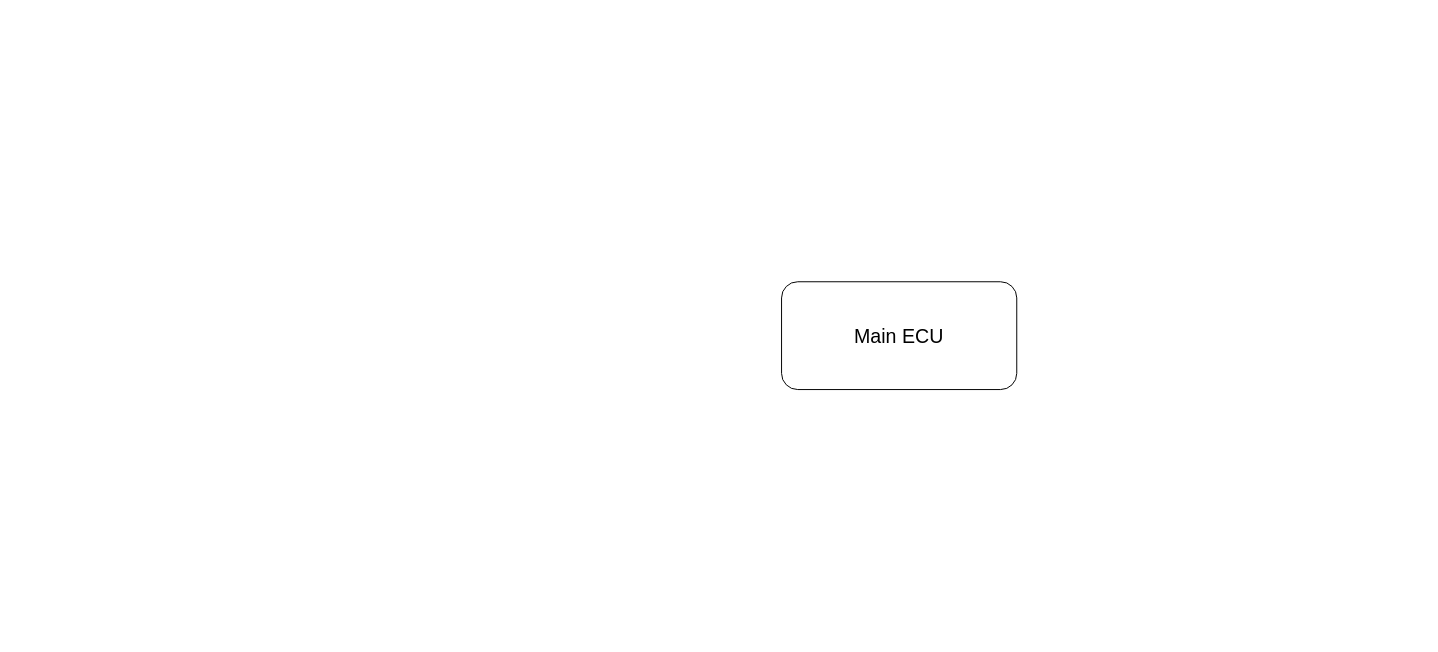
Before: DeviceNetworkFinal.drawio in lukas0173/Draw.io, a draw.io diagram. Source tidied: cells renumbered, new cells numbered last; positions are measured from the earlier drawing's top-left corner, leaving out a move shared by most shapes. Both pictures are drawn from the tidied source at 98%, with x=0, y=0 at pixel (781, 281).
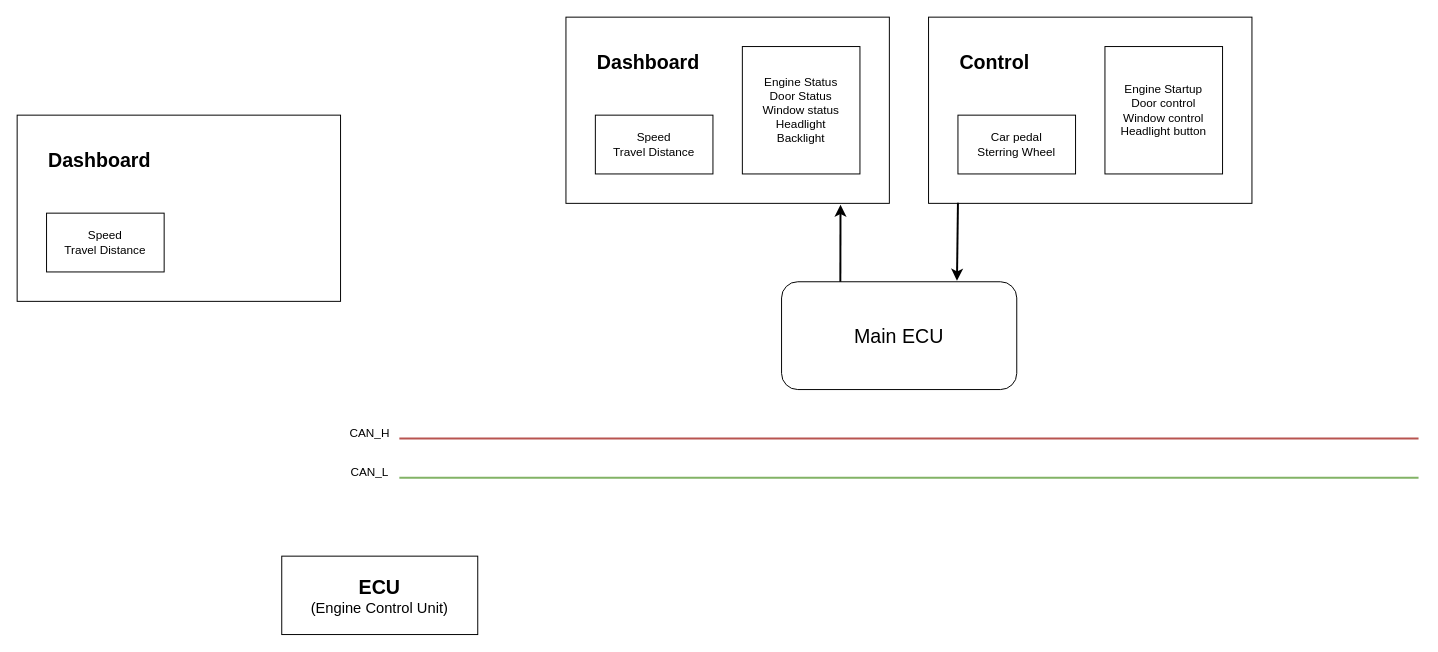
Above is the later version.

The change refers to these unchanged cells:
```xml
<mxCell id="2" value="Main ECU" style="rounded=1;whiteSpace=wrap;html=1;fontSize=20;" parent="1" vertex="1">
  <mxGeometry width="240" height="110" as="geometry" />
</mxCell>
```

The edit, as a diff of the source:
```diff
@@
+    <mxCell id="3" style="rounded=0;whiteSpace=wrap;html=1;" parent="1" vertex="1">
+      <mxGeometry x="-220" y="-270" width="330" height="190" as="geometry" />
+    </mxCell>
+    <mxCell id="4" value="&lt;div&gt;&lt;br&gt;&lt;/div&gt;" style="rounded=0;whiteSpace=wrap;html=1;" parent="1" vertex="1">
+      <mxGeometry x="150" y="-270" width="330" height="190" as="geometry" />
+    </mxCell>
+    <mxCell id="5" value="Speed&lt;div&gt;Travel Distance&lt;/div&gt;" style="rounded=0;whiteSpace=wrap;html=1;" parent="1" vertex="1">
+      <mxGeometry x="-190" y="-170" width="120" height="60" as="geometry" />
+    </mxCell>
+    <mxCell id="6" value="&lt;div&gt;&lt;div&gt;Engine Status&lt;/div&gt;Door Status&lt;div&gt;Window status&lt;/div&gt;&lt;/div&gt;Headlight&lt;div&gt;Backlight&lt;/div&gt;" style="rounded=0;whiteSpace=wrap;html=1;" parent="1" vertex="1">
+      <mxGeometry x="-40" y="-240" width="120" height="130" as="geometry" />
+    </mxCell>
+    <mxCell id="7" value="Car pedal&lt;div&gt;Sterring Wheel&lt;/div&gt;" style="rounded=0;whiteSpace=wrap;html=1;" parent="1" vertex="1">
+      <mxGeometry x="180" y="-170" width="120" height="60" as="geometry" />
+    </mxCell>
+    <mxCell id="8" value="&lt;div&gt;Engine Startup&lt;/div&gt;Door control&lt;div&gt;Window control&lt;/div&gt;&lt;div&gt;Headlight button&lt;/div&gt;" style="rounded=0;whiteSpace=wrap;html=1;" parent="1" vertex="1">
+      <mxGeometry x="330" y="-240" width="120" height="130" as="geometry" />
+    </mxCell>
+    <mxCell id="9" value="Dashboard" style="text;html=1;align=left;verticalAlign=middle;whiteSpace=wrap;rounded=0;fontSize=20;fontStyle=1;" parent="1" vertex="1">
+      <mxGeometry x="-190" y="-240" width="110" height="30" as="geometry" />
+    </mxCell>
+    <mxCell id="10" value="Control" style="text;html=1;align=left;verticalAlign=middle;whiteSpace=wrap;rounded=0;fontSize=20;fontStyle=1;" parent="1" vertex="1">
+      <mxGeometry x="180" y="-240" width="110" height="30" as="geometry" />
+    </mxCell>
+    <mxCell id="11" style="endArrow=classic;html=1;rounded=0;exitX=0.25;exitY=0;exitDx=0;exitDy=0;entryX=0.849;entryY=1.008;entryDx=0;entryDy=0;entryPerimeter=0;strokeWidth=2;" parent="1" edge="1" source="2" target="3">
+      <mxGeometry relative="1" as="geometry" />
+    </mxCell>
+    <mxCell id="12" style="endArrow=none;html=1;rounded=0;exitX=0.746;exitY=0.017;exitDx=0;exitDy=0;entryX=0.091;entryY=1.013;entryDx=0;entryDy=0;entryPerimeter=0;exitPerimeter=0;startFill=1;startArrow=classic;strokeWidth=2;" parent="1" edge="1">
+      <mxGeometry relative="1" as="geometry">
+        <mxPoint x="179" y="-1.1" as="sourcePoint" />
+        <mxPoint x="180" y="-80.5" as="targetPoint" />
+      </mxGeometry>
+    </mxCell>
+    <mxCell id="13" style="endArrow=none;html=1;rounded=0;strokeWidth=2;fillColor=#f8cecc;strokeColor=#b85450;" parent="1" edge="1">
+      <mxGeometry relative="1" as="geometry">
+        <mxPoint x="-390" y="160" as="sourcePoint" />
+        <mxPoint x="650" y="160" as="targetPoint" />
+      </mxGeometry>
+    </mxCell>
+    <mxCell id="14" style="endArrow=none;html=1;rounded=0;strokeWidth=2;fillColor=#d5e8d4;strokeColor=#82b366;" parent="1" edge="1">
+      <mxGeometry relative="1" as="geometry">
+        <mxPoint x="-390" y="200" as="sourcePoint" />
+        <mxPoint x="650" y="200" as="targetPoint" />
+      </mxGeometry>
+    </mxCell>
+    <mxCell id="15" value="CAN_H" style="text;html=1;align=center;verticalAlign=middle;whiteSpace=wrap;rounded=0;" parent="1" vertex="1">
+      <mxGeometry x="-450" y="140" width="60" height="30" as="geometry" />
+    </mxCell>
+    <mxCell id="16" value="CAN_L" style="text;html=1;align=center;verticalAlign=middle;whiteSpace=wrap;rounded=0;" parent="1" vertex="1">
+      <mxGeometry x="-450" y="180" width="60" height="30" as="geometry" />
+    </mxCell>
+    <mxCell id="17" style="rounded=0;whiteSpace=wrap;html=1;" parent="1" vertex="1">
+      <mxGeometry x="-780" y="-170" width="330" height="190" as="geometry" />
+    </mxCell>
+    <mxCell id="18" value="Speed&lt;div&gt;Travel Distance&lt;/div&gt;" style="rounded=0;whiteSpace=wrap;html=1;" parent="1" vertex="1">
+      <mxGeometry x="-750" y="-70" width="120" height="60" as="geometry" />
+    </mxCell>
+    <mxCell id="19" value="&lt;div&gt;&lt;div&gt;&lt;font style=&quot;font-size: 20px;&quot;&gt;&lt;b&gt;ECU&lt;/b&gt;&lt;/font&gt;&lt;/div&gt;&lt;/div&gt;&lt;div&gt;&lt;font style=&quot;font-size: 15px;&quot;&gt;(Engine Control Unit)&lt;/font&gt;&lt;/div&gt;" style="rounded=0;whiteSpace=wrap;html=1;" parent="1" vertex="1">
+      <mxGeometry x="-510" y="280" width="200" height="80" as="geometry" />
+    </mxCell>
+    <mxCell id="20" value="Dashboard" style="text;html=1;align=left;verticalAlign=middle;whiteSpace=wrap;rounded=0;fontSize=20;fontStyle=1;" parent="1" vertex="1">
+      <mxGeometry x="-750" y="-140" width="110" height="30" as="geometry" />
+    </mxCell>
```
